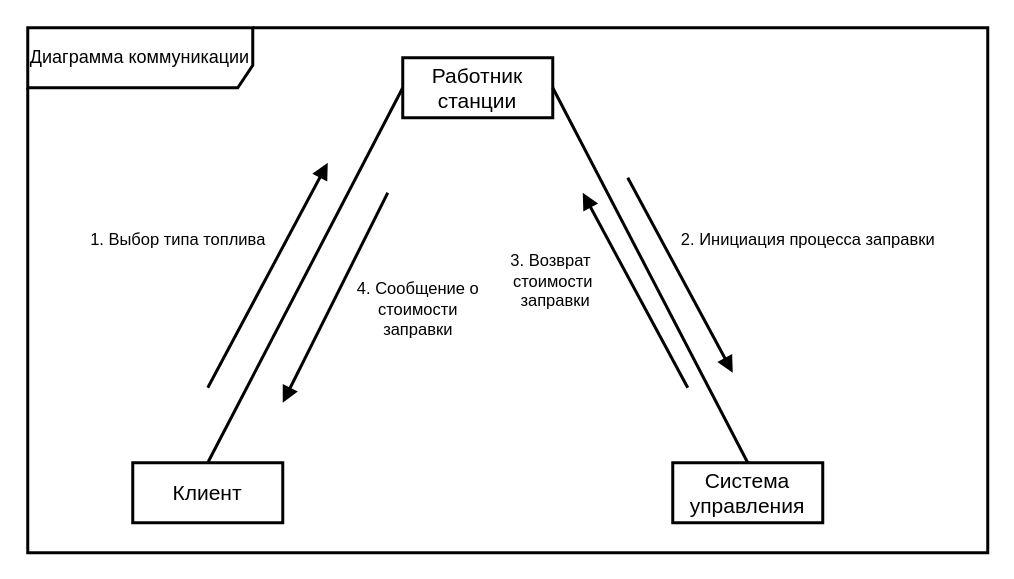
Before: page "Page-3" (3 of 3) of 1.drawio in Helpmepleaseitishard/Aikms, a draw.io diagram. Source tidied: cells renumbered, new cells numbered last; positions are measured from the earlier drawing's top-left corner, leaving out a move shared by most shapes. Both pictures are drawn from the tidied source at 150%, with x=0, y=0 at pixel (27, 27).
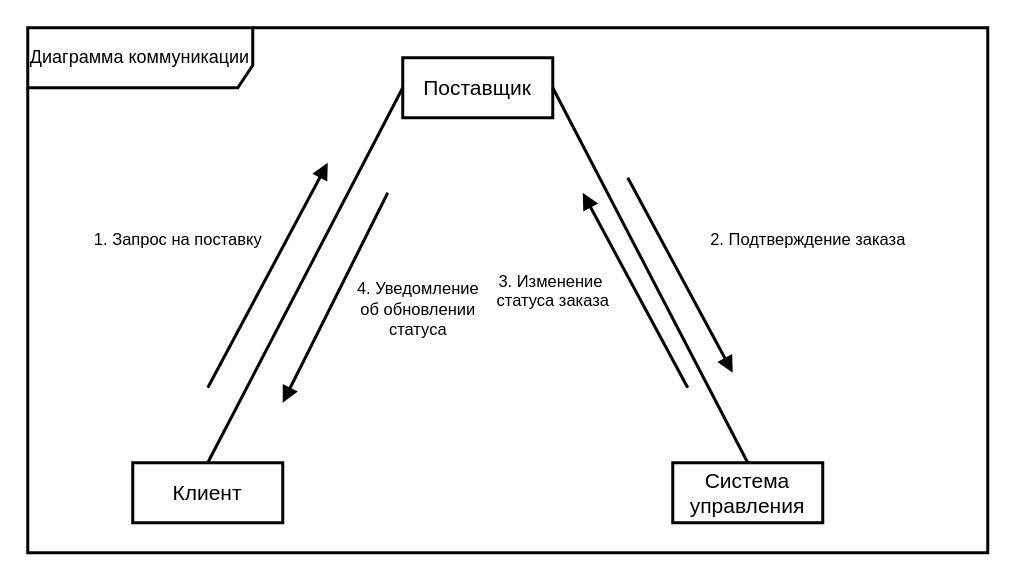
After the change.

Diff of the diagram source:
```diff
@@
 <mxGraphModel>
   <root>
     <mxCell id="0" />
     <mxCell id="1" parent="0" />
     <mxCell id="2" value="Клиент" style="html=1;whiteSpace=wrap;strokeWidth=2;fontSize=14;" parent="1" vertex="1">
       <mxGeometry x="70" y="290" width="100" height="40" as="geometry" />
     </mxCell>
-    <mxCell id="3" value="Работник станции" style="html=1;whiteSpace=wrap;strokeWidth=2;fontSize=14;" parent="1" vertex="1">
+    <mxCell id="3" value="Поставщик" style="html=1;whiteSpace=wrap;strokeWidth=2;fontSize=14;" parent="1" vertex="1">
       <mxGeometry x="250" y="20" width="100" height="40" as="geometry" />
     </mxCell>
     <mxCell id="4" value="Система управления" style="html=1;whiteSpace=wrap;strokeWidth=2;fontSize=14;" parent="1" vertex="1">
       <mxGeometry x="430" y="290" width="100" height="40" as="geometry" />
     </mxCell>
     <mxCell id="5" style="html=1;verticalAlign=bottom;endArrow=none;curved=0;rounded=0;strokeWidth=2;startFill=0;entryX=0;entryY=0.5;entryDx=0;entryDy=0;exitX=0.5;exitY=0;exitDx=0;exitDy=0;" parent="1" edge="1" source="2" target="3">
       <mxGeometry relative="1" as="geometry" />
     </mxCell>
     <mxCell id="6" style="html=1;verticalAlign=bottom;endArrow=none;curved=0;rounded=0;strokeWidth=2;startFill=0;entryX=1;entryY=0.5;entryDx=0;entryDy=0;exitX=0.5;exitY=0;exitDx=0;exitDy=0;" parent="1" edge="1" source="4" target="3">
       <mxGeometry relative="1" as="geometry" />
     </mxCell>
-    <mxCell id="7" value="1. Выбор типа топлива" style="html=1;verticalAlign=bottom;endArrow=block;curved=0;rounded=0;strokeWidth=2;startFill=0;exitX=0.5;exitY=0;exitDx=0;exitDy=0;endFill=1;" parent="1" edge="1">
+    <mxCell id="7" value="1. Запрос на поставку" style="html=1;verticalAlign=bottom;endArrow=block;curved=0;rounded=0;strokeWidth=2;startFill=0;exitX=0.5;exitY=0;exitDx=0;exitDy=0;endFill=1;" parent="1" edge="1">
       <mxGeometry x="-0.18" y="60" relative="1" as="geometry">
         <mxPoint x="120" y="240" as="sourcePoint" />
         <mxPoint x="200" y="90" as="targetPoint" />
       </mxGeometry>
     </mxCell>
-    <mxCell id="8" value="2. Инициация процесса заправки" style="html=1;verticalAlign=bottom;endArrow=block;curved=0;rounded=0;strokeWidth=2;startFill=0;exitX=0.5;exitY=0;exitDx=0;exitDy=0;endFill=1;" parent="1" edge="1">
+    <mxCell id="8" value="2. Подтверждение заказа" style="html=1;verticalAlign=bottom;endArrow=block;curved=0;rounded=0;strokeWidth=2;startFill=0;exitX=0.5;exitY=0;exitDx=0;exitDy=0;endFill=1;" parent="1" edge="1">
       <mxGeometry x="0.37" y="82" relative="1" as="geometry">
         <mxPoint x="400" y="100" as="sourcePoint" />
         <mxPoint x="470" y="230" as="targetPoint" />
       </mxGeometry>
     </mxCell>
-    <mxCell id="9" value="&lt;div&gt;3. Возврат&amp;nbsp;&lt;/div&gt;&lt;div&gt;стоимости&lt;/div&gt;&lt;div&gt;&amp;nbsp;заправки&lt;/div&gt;" style="html=1;verticalAlign=bottom;endArrow=block;curved=0;rounded=0;strokeWidth=2;startFill=0;endFill=1;" parent="1" edge="1">
+    <mxCell id="9" value="&lt;div&gt;3. Изменение&amp;nbsp;&lt;/div&gt;&lt;div&gt;статуса заказа&lt;/div&gt;" style="html=1;verticalAlign=bottom;endArrow=block;curved=0;rounded=0;strokeWidth=2;startFill=0;endFill=1;" parent="1" edge="1">
       <mxGeometry x="0.17" y="56" relative="1" as="geometry">
         <mxPoint x="440" y="240" as="sourcePoint" />
         <mxPoint x="370" y="110" as="targetPoint" />
       </mxGeometry>
     </mxCell>
-    <mxCell id="10" value="&lt;div&gt;4. Сообщение о&lt;/div&gt;&lt;div&gt;&amp;nbsp;стоимости&amp;nbsp;&lt;/div&gt;&lt;div&gt;заправки&lt;/div&gt;" style="html=1;verticalAlign=bottom;endArrow=block;curved=0;rounded=0;strokeWidth=2;startFill=0;endFill=1;" parent="1" edge="1">
+    <mxCell id="10" value="&lt;div&gt;4. Уведомление&lt;/div&gt;&lt;div&gt;&amp;nbsp;об обновлении&amp;nbsp;&lt;/div&gt;&lt;div&gt;статуса&lt;/div&gt;" style="html=1;verticalAlign=bottom;endArrow=block;curved=0;rounded=0;strokeWidth=2;startFill=0;endFill=1;" parent="1" edge="1">
       <mxGeometry x="0.03" y="63" relative="1" as="geometry">
         <mxPoint x="240" y="110" as="sourcePoint" />
         <mxPoint x="170" y="250" as="targetPoint" />
         <mxPoint y="-1" as="offset" />
       </mxGeometry>
     </mxCell>
     <mxCell id="11" value="Диаграмма коммуникации" style="shape=umlFrame;whiteSpace=wrap;html=1;width=150;height=40;strokeWidth=2;" parent="1" vertex="1">
       <mxGeometry width="640" height="350" as="geometry" />
     </mxCell>
   </root>
 </mxGraphModel>
```
